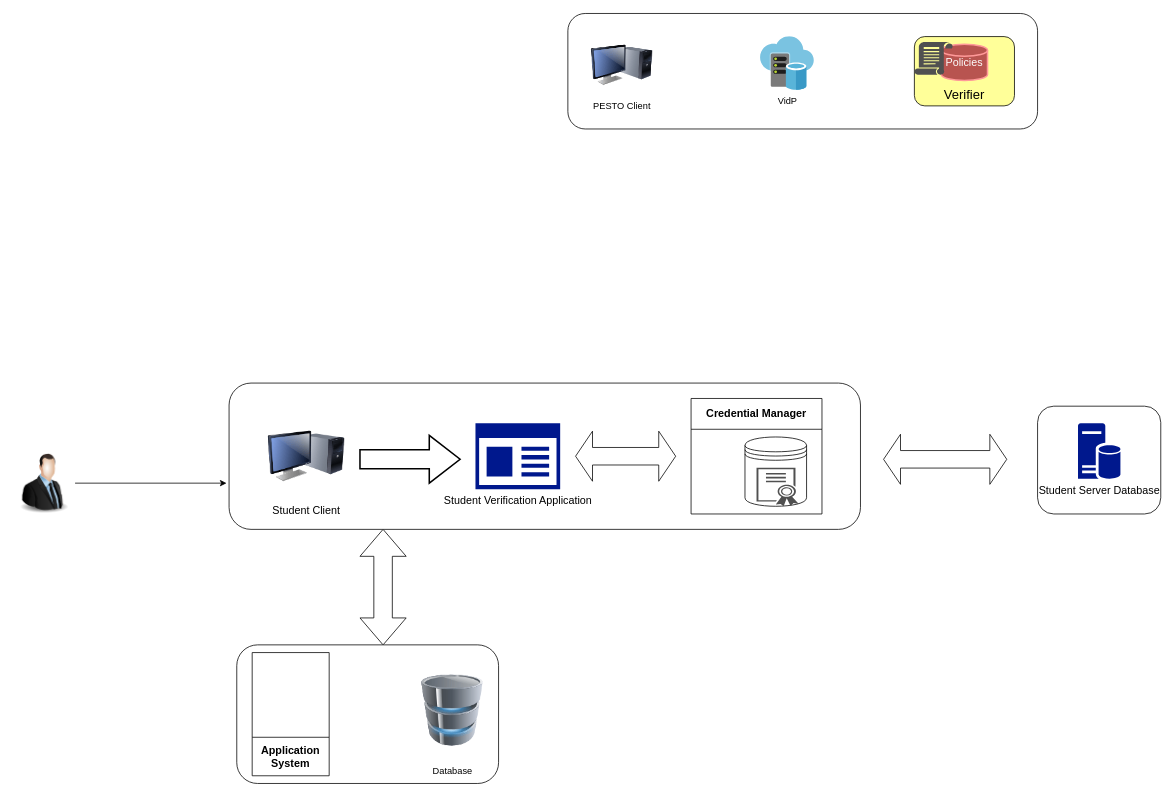
NikosSarrisDev/ESP32_TEMPERATURE_HIMIDITY keeps this draw.io diagram as Ανώνυμο διάγραμμα.drawio. Above is the earlier version. Source tidied: cells renumbered, new cells numbered last; positions are measured from the earlier drawing's top-left corner, leaving out a move shared by most shapes. Both pictures are drawn from the tidied source at 77%, with x=0, y=0 at pixel (13, 13).
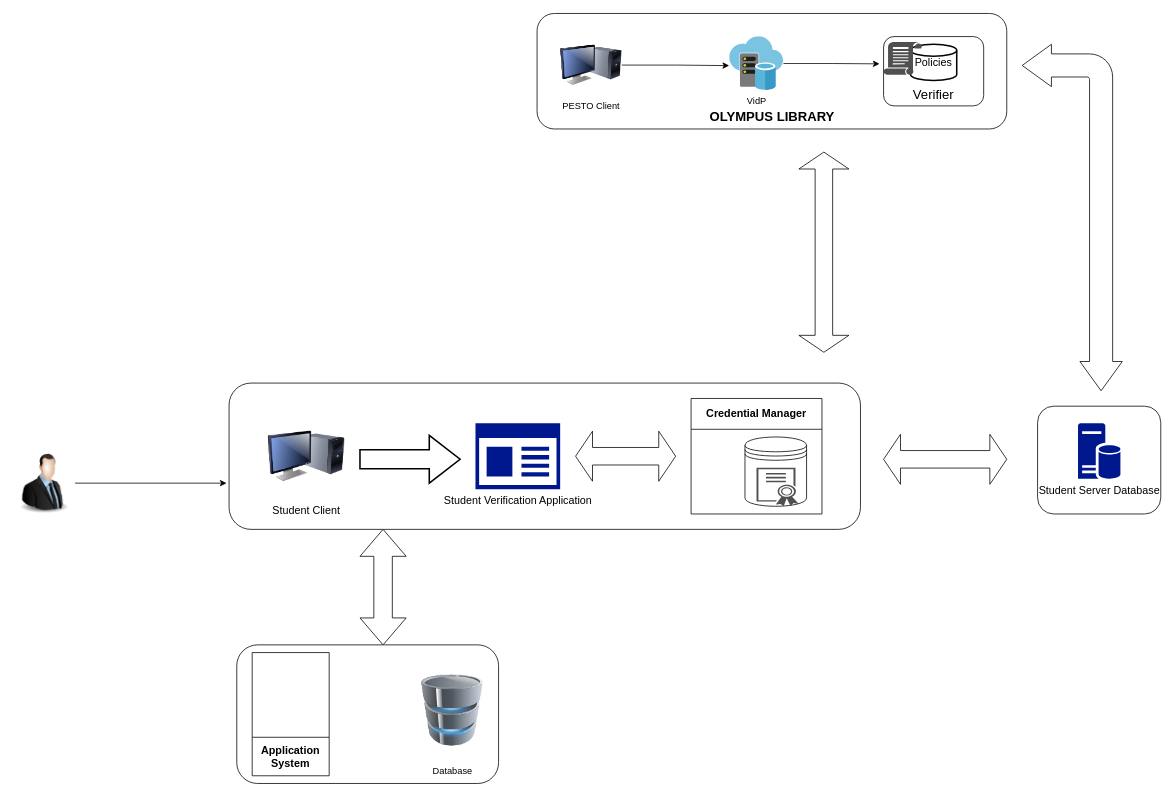
After the change.

What changed in the source:
```diff
@@
     <mxCell id="19" style="rounded=1;whiteSpace=wrap;html=1;fillColor=none;strokeColor=#000000;" parent="1" vertex="1">
-      <mxGeometry x="720" width="610" height="150" as="geometry" />
+      <mxGeometry x="680" width="610" height="150" as="geometry" />
     </mxCell>
     <mxCell id="20" value="PESTO Client" style="image;html=1;image=img/lib/clip_art/computers/Monitor_Tower_128x128.png;labelBackgroundColor=none;" parent="1" vertex="1">
-      <mxGeometry x="750" y="27" width="80" height="80" as="geometry" />
+      <mxGeometry x="710" y="27" width="80" height="80" as="geometry" />
     </mxCell>
     <mxCell id="21" value="VidP" style="image;sketch=0;html=1;points=[];align=center;fontSize=12;image=img/lib/mscae/Virtual_Datacenter.svg;labelBackgroundColor=none;" parent="1" vertex="1">
-      <mxGeometry x="970" y="30" width="70" height="70" as="geometry" />
+      <mxGeometry x="930" y="30" width="70" height="70" as="geometry" />
     </mxCell>
-    <mxCell id="22" value="&lt;br&gt;&lt;br&gt;&lt;br&gt;Verifier" style="rounded=1;whiteSpace=wrap;html=1;glass=0;shadow=0;fontSize=17;fillColor=#FFFF99;" parent="1" vertex="1">
-      <mxGeometry x="1170" y="30" width="130" height="90" as="geometry" />
+    <mxCell id="22" value="&lt;br&gt;&lt;br&gt;&lt;br&gt;Verifier" style="rounded=1;whiteSpace=wrap;html=1;glass=0;shadow=0;fontSize=17;fillColor=none;" parent="1" vertex="1">
+      <mxGeometry x="1130" y="30" width="130" height="90" as="geometry" />
     </mxCell>
-    <mxCell id="23" value="Policies" style="strokeWidth=2;html=1;shape=mxgraph.flowchart.database;whiteSpace=wrap;labelBackgroundColor=none;fontSize=14;fillColor=#B85450;strokeColor=#FF9999;fontColor=#FCFCFC;" parent="1" vertex="1">
-      <mxGeometry x="1205" y="40" width="60" height="47" as="geometry" />
+    <mxCell id="23" value="Policies" style="strokeWidth=2;html=1;shape=mxgraph.flowchart.database;whiteSpace=wrap;labelBackgroundColor=none;fontSize=14;fillColor=none;strokeColor=#030303;fontColor=#000000;" parent="1" vertex="1">
+      <mxGeometry x="1165" y="40" width="60" height="47" as="geometry" />
     </mxCell>
     <mxCell id="24" style="sketch=0;shadow=0;dashed=0;html=1;strokeColor=none;labelPosition=center;verticalLabelPosition=bottom;verticalAlign=top;align=center;fillColor=#505050;shape=mxgraph.mscae.intune.policy;" parent="1" vertex="1">
-      <mxGeometry x="1170" y="37" width="50" height="43" as="geometry" />
+      <mxGeometry x="1130" y="37" width="50" height="43" as="geometry" />
     </mxCell>
+    <mxCell id="25" style="html=1;shadow=0;dashed=0;align=center;verticalAlign=middle;shape=mxgraph.arrows2.twoWayArrow;dy=0.65;dx=22;direction=south;" parent="1" vertex="1">
+      <mxGeometry x="1020" y="180" width="65" height="260" as="geometry" />
+    </mxCell>
+    <mxCell id="26" style="edgeStyle=orthogonalEdgeStyle;rounded=0;jettySize=auto;html=1;entryX=-0.008;entryY=0.539;entryDx=0;entryDy=0;entryPerimeter=0;" parent="1" edge="1" source="20" target="21">
+      <mxGeometry relative="1" as="geometry" />
+    </mxCell>
+    <mxCell id="27" style="edgeStyle=orthogonalEdgeStyle;rounded=0;jettySize=auto;html=1;entryX=-0.105;entryY=0.661;entryDx=0;entryDy=0;entryPerimeter=0;" parent="1" edge="1" source="21" target="24">
+      <mxGeometry relative="1" as="geometry" />
+    </mxCell>
+    <mxCell id="28" value="&lt;div style=&quot;font-size: 17px;&quot;&gt;&lt;span style=&quot;background-color: initial; font-size: 17px;&quot;&gt;OLYMPUS LIBRARY&lt;/span&gt;&lt;/div&gt;" style="text;html=1;strokeColor=none;fillColor=none;align=center;verticalAlign=middle;whiteSpace=wrap;rounded=0;fontSize=17;fontStyle=1;" parent="1" vertex="1">
+      <mxGeometry x="897.5" y="120" width="175" height="30" as="geometry" />
+    </mxCell>
+    <mxCell id="29" style="html=1;shadow=0;dashed=0;align=center;verticalAlign=middle;shape=mxgraph.arrows2.bendDoubleArrow;dy=15;dx=38;arrowHead=55;rounded=1;direction=south;" parent="1" vertex="1">
+      <mxGeometry x="1310" y="40" width="130" height="450" as="geometry" />
+    </mxCell>
```
